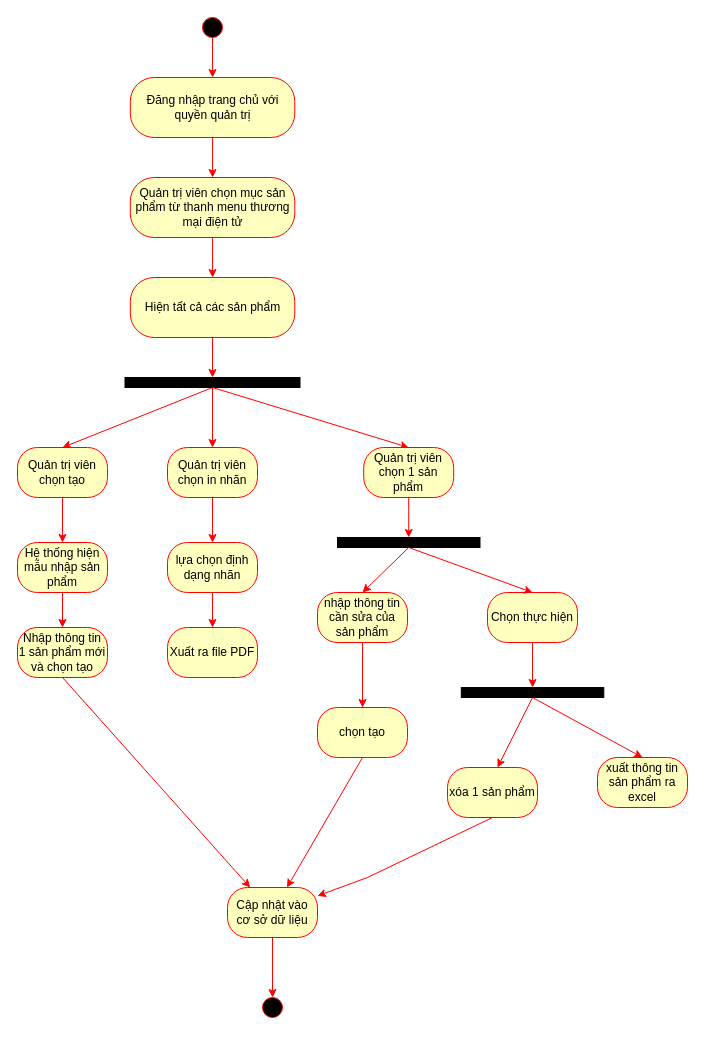
Before: Nam3_HK1/CNPM_SoftTech/Activity Diagrams/Quân Huỳnh/AD_QuảnLýSảnPhẩm.drawio in EdgarIgnite16/SGU-Course, a draw.io diagram. Source tidied: cells renumbered, new cells numbered last; positions are measured from the earlier drawing's top-left corner, leaving out a move shared by most shapes. Both pictures are drawn from the tidied source at 100%, with x=0, y=0 at pixel (17, 17).
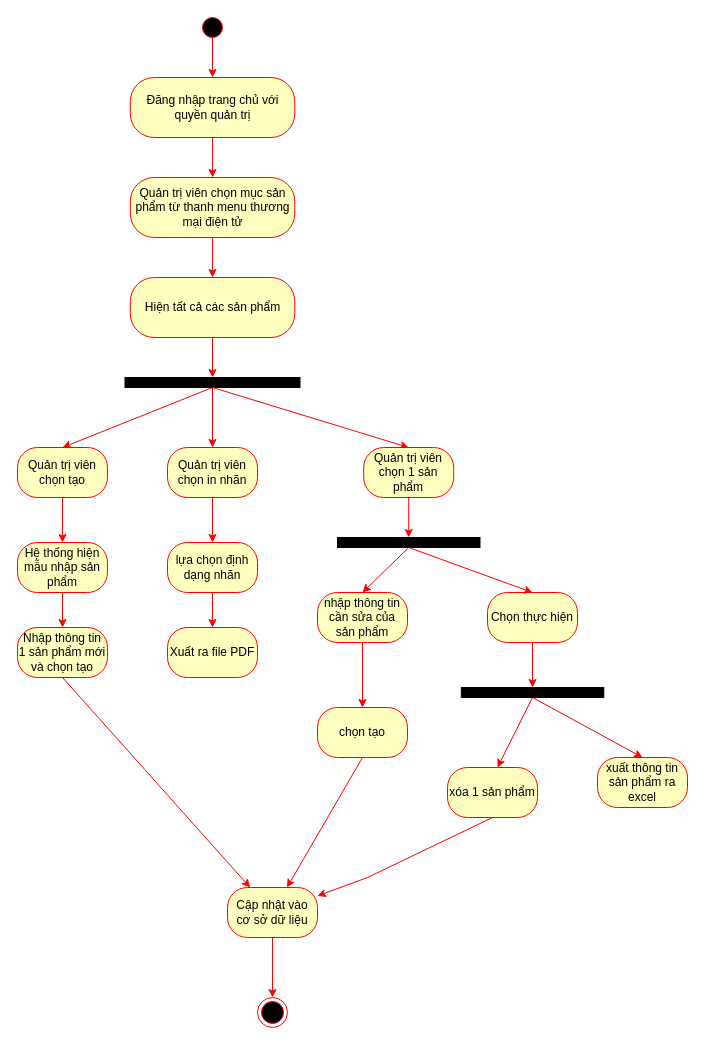
After the change.

Unchanged cells that the change refers to:
```xml
<mxCell id="20" value="Cập nhật vào cơ sở dữ liệu" style="rounded=1;whiteSpace=wrap;html=1;arcSize=40;fontColor=#000000;fillColor=#ffffc0;strokeColor=#ff0000;" parent="1" vertex="1">
  <mxGeometry x="210" y="870" width="90" height="50" as="geometry" />
</mxCell>
```

The edit, as a diff of the source:
```diff
@@
-    <mxCell id="43" style="ellipse;whiteSpace=wrap;html=1;strokeColor=#FF0000;fillColor=#000000;" parent="1" vertex="1">
-      <mxGeometry x="245" y="980" width="20" height="20" as="geometry" />
-    </mxCell>
-    <mxCell id="44" style="endArrow=classic;html=1;rounded=0;strokeColor=#FF0000;fontSize=10;exitX=0.5;exitY=1;exitDx=0;exitDy=0;entryX=0.5;entryY=0;entryDx=0;entryDy=0;" parent="1" edge="1" source="20" target="43">
+    <mxCell id="44" style="endArrow=classic;html=1;rounded=0;strokeColor=#FF0000;fontSize=10;exitX=0.5;exitY=1;exitDx=0;exitDy=0;" parent="1" edge="1" source="20" target="45">
       <mxGeometry relative="1" as="geometry" />
     </mxCell>
+    <mxCell id="45" style="ellipse;html=1;shape=endState;fillColor=#000000;strokeColor=#ff0000;" parent="1" vertex="1">
+      <mxGeometry x="240" y="980" width="30" height="30" as="geometry" />
+    </mxCell>
```
